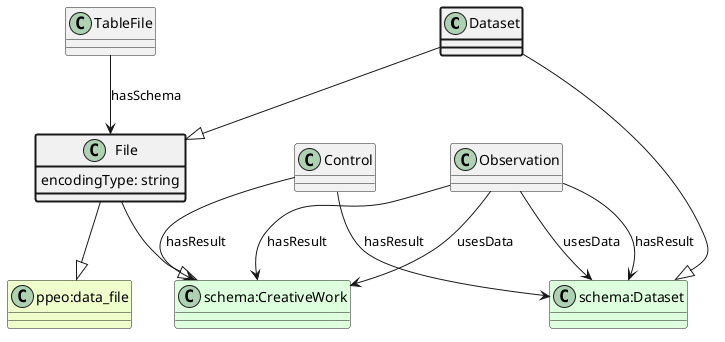
Above: ttl_uml/ttl_appn_Dataset.png in aus-plant-phenomics-network/appn-schema (PlantUML), before the change.
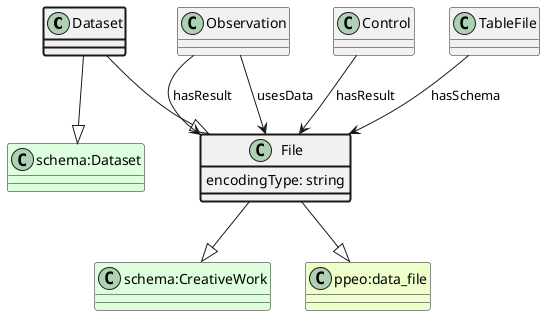
The same diagram one commit later.

What changed in the source:
```diff
@@ -8,21 +8,15 @@
 Dataset --|> File
 class "schema:Dataset" #DDFFDD
 Dataset --|> "schema:Dataset"
+class Observation
+Observation --> File : hasResult
+class Control
+Control --> File : hasResult
+class Observation
+Observation --> File : usesData
 class File #line.bold {
     encodingType: string
 }
 class TableFile
 TableFile --> File : hasSchema
-class Observation
-Observation --> "schema:CreativeWork" : hasResult
-class Control
-Control --> "schema:CreativeWork" : hasResult
-class Observation
-Observation --> "schema:CreativeWork" : usesData
-class Observation
-Observation --> "schema:Dataset" : hasResult
-class Control
-Control --> "schema:Dataset" : hasResult
-class Observation
-Observation --> "schema:Dataset" : usesData
 @enduml
```
